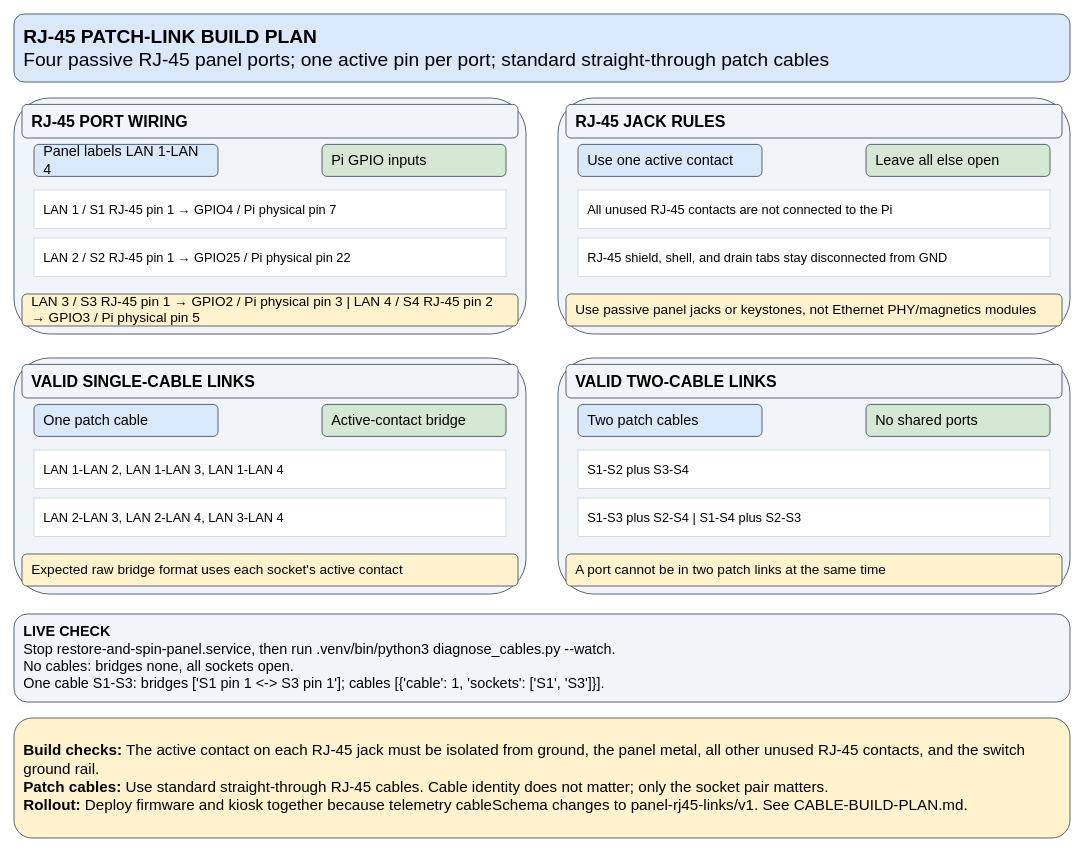
Above: page "Cable Build Plan" (2 of 2) of hardware/raspberry-pi/panel-pi-wiring.drawio in Andworx/Copilot-IoT-Game (draw.io), before the change. Source tidied: cells renumbered, new cells numbered last; positions are measured from the earlier drawing's top-left corner, leaving out a move shared by most shapes. Both pictures are drawn from the tidied source at 80%, with x=0, y=0 at pixel (14, 14).
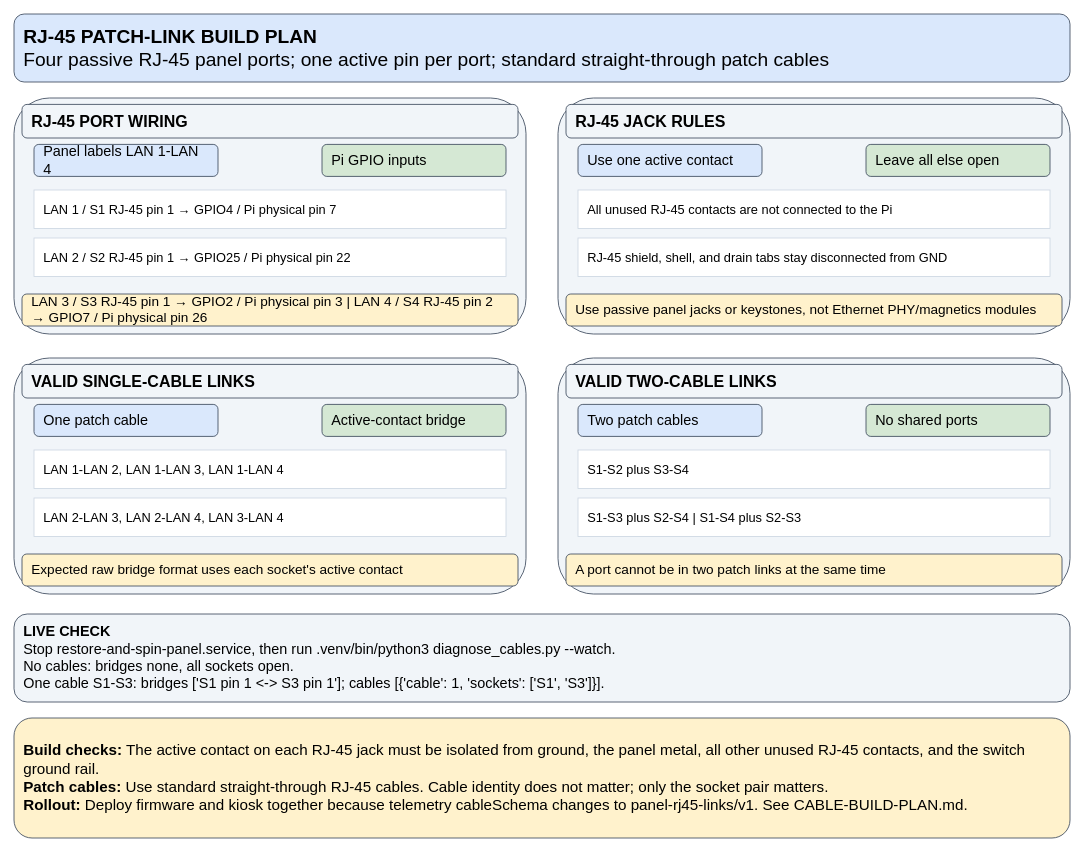
The same page after the edit.

Commit message (it also covers changes not shown here):
fix(hardware): correct lan 4 gpio wiring

The edit, as a diff of the source:
```diff
@@
-    <mxCell id="9" value="LAN 3 / S3 RJ-45 pin 1 → GPIO2 / Pi physical pin 3 | LAN 4 / S4 RJ-45 pin 2 → GPIO3 / Pi physical pin 5" style="rounded=1;whiteSpace=wrap;html=1;fillColor=#FFF2CC;strokeColor=#334155;fontSize=17;fontFamily=Helvetica;align=left;verticalAlign=middle;spacing=12;" parent="1" vertex="1">
+    <mxCell id="9" value="LAN 3 / S3 RJ-45 pin 1 → GPIO2 / Pi physical pin 3 | LAN 4 / S4 RJ-45 pin 2 → GPIO7 / Pi physical pin 26" style="rounded=1;whiteSpace=wrap;html=1;fillColor=#FFF2CC;strokeColor=#334155;fontSize=17;fontFamily=Helvetica;align=left;verticalAlign=middle;spacing=12;" parent="1" vertex="1">
       <mxGeometry x="10" y="350" width="620" height="40" as="geometry" />
     </mxCell>
```
